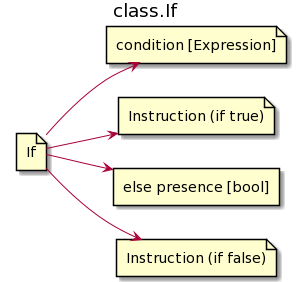
Above: img/classes/class.if.png in AndreyBezverkhniy/KVM (PlantUML), before the change. Its diagram source:
```plantuml
@startuml
left to right direction
title class.If

file If
file "condition [Expression]" as Expression
file "Instruction (if true)" as Instruction1
rectangle "else presence [bool]" as else
file "Instruction (if false)" as Instruction2

If-->Expression
If-->Instruction1
If-->else
If-->Instruction2
@enduml
```
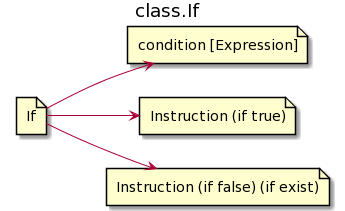
After the change.

The edit, as a diff of the source:
```diff
@@ -5,11 +5,9 @@
 file If
 file "condition [Expression]" as Expression
 file "Instruction (if true)" as Instruction1
-rectangle "else presence [bool]" as else
-file "Instruction (if false)" as Instruction2
+file "Instruction (if false) (if exist)" as Instruction2
 
 If-->Expression
 If-->Instruction1
-If-->else
 If-->Instruction2
 @enduml
```
